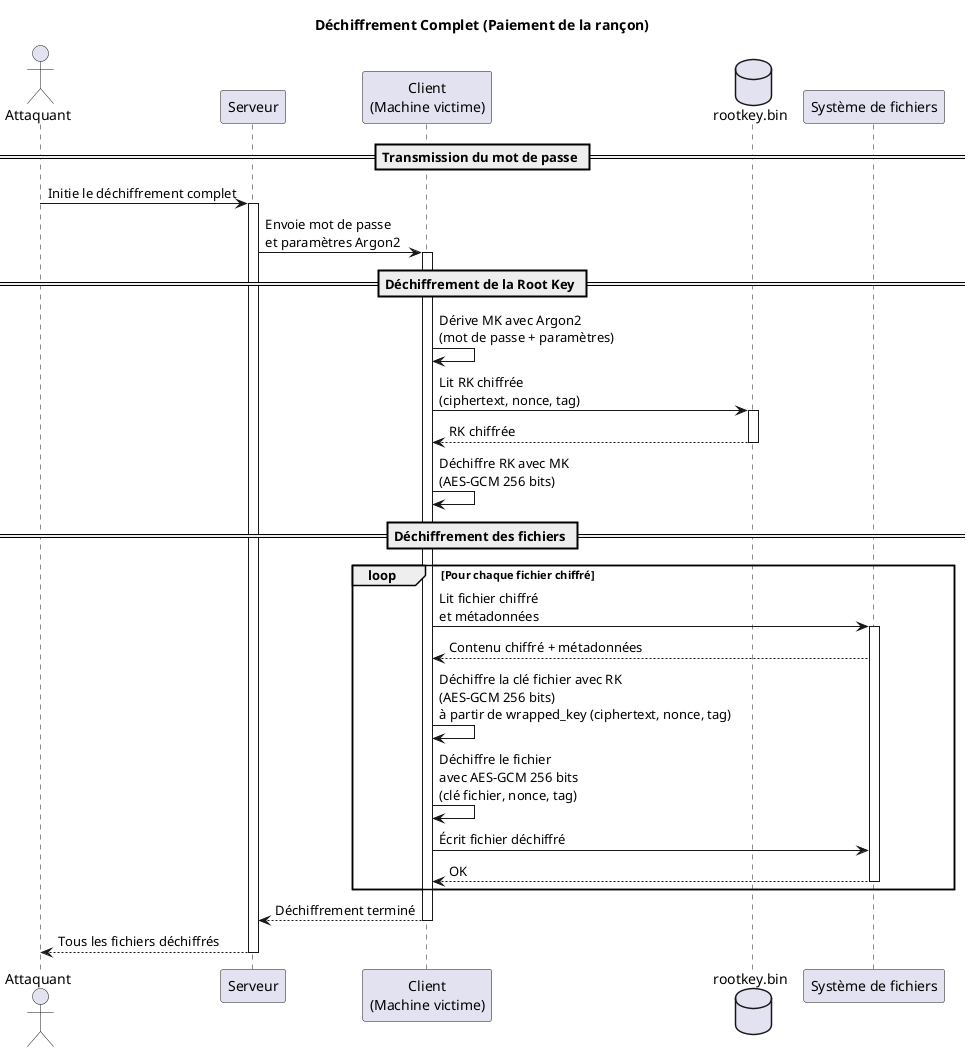
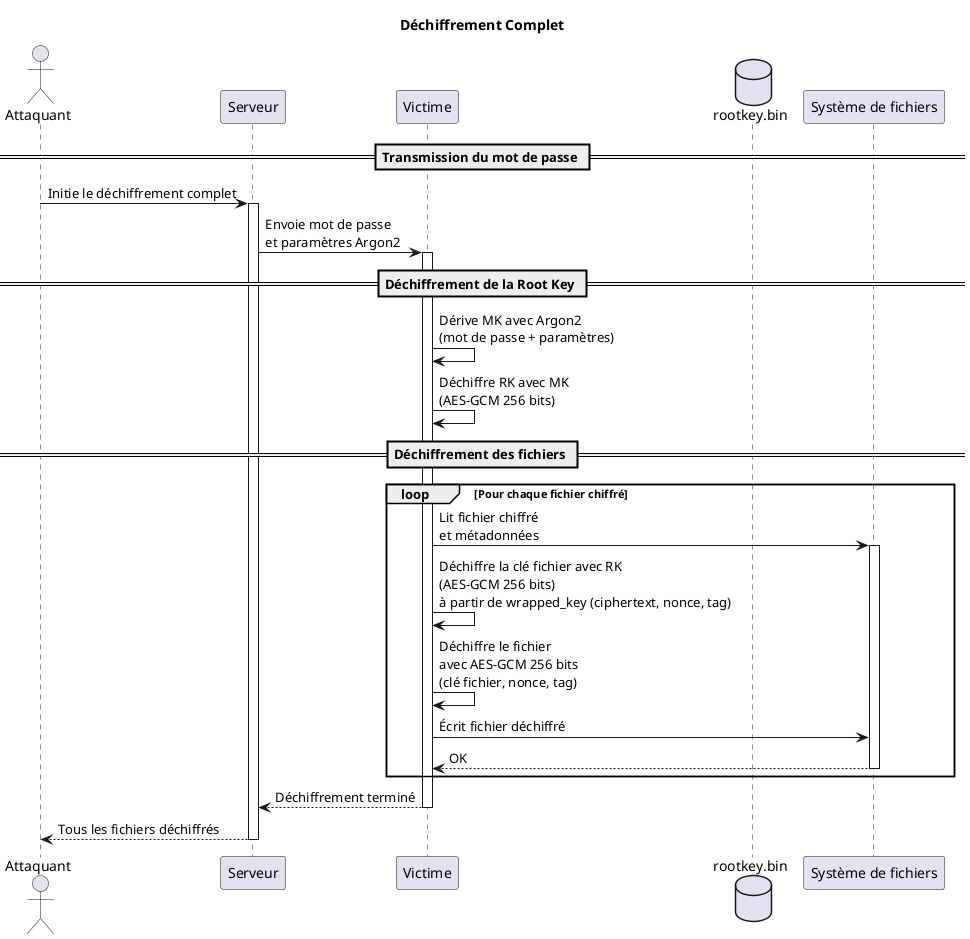
- @startuml Ransomware Architecture - Déchiffrement Complet
+ @startuml 02-Déchiffrement_Complet

- title Déchiffrement Complet (Paiement de la rançon)
+ title Déchiffrement Complet

actor Attaquant as attacker
participant "Serveur" as server
- participant "Client\n(Machine victime)" as client
+ participant "Victime" as victime
database "rootkey.bin" as rootkey
participant "Système de fichiers" as fs

== Transmission du mot de passe ==
attacker -> server: Initie le déchiffrement complet
activate server
- server -> client: Envoie mot de passe\net paramètres Argon2
- activate client
+ server -> victime: Envoie mot de passe\net paramètres Argon2
+ activate victime

== Déchiffrement de la Root Key ==
- client -> client: Dérive MK avec Argon2\n(mot de passe + paramètres)
- client -> rootkey: Lit RK chiffrée\n(ciphertext, nonce, tag)
- activate rootkey
- rootkey --> client: RK chiffrée
+ victime -> victime: Dérive MK avec Argon2\n(mot de passe + paramètres)
deactivate rootkey

- client -> client: Déchiffre RK avec MK\n(AES-GCM 256 bits)
+ victime -> victime: Déchiffre RK avec MK\n(AES-GCM 256 bits)

== Déchiffrement des fichiers ==
loop Pour chaque fichier chiffré
-     client -> fs: Lit fichier chiffré\net métadonnées
+     victime -> fs: Lit fichier chiffré\net métadonnées
    activate fs
-     fs --> client: Contenu chiffré + métadonnées

-     client -> client: Déchiffre la clé fichier avec RK\n(AES-GCM 256 bits)\nà partir de wrapped_key (ciphertext, nonce, tag)
+     victime -> victime: Déchiffre la clé fichier avec RK\n(AES-GCM 256 bits)\nà partir de wrapped_key (ciphertext, nonce, tag)

-     client -> client: Déchiffre le fichier\navec AES-GCM 256 bits\n(clé fichier, nonce, tag)
+     victime -> victime: Déchiffre le fichier\navec AES-GCM 256 bits\n(clé fichier, nonce, tag)

-     client -> fs: Écrit fichier déchiffré
-     fs --> client: OK
+     victime -> fs: Écrit fichier déchiffré
+     fs --> victime: OK
    deactivate fs
end

- client --> server: Déchiffrement terminé
- deactivate client
+ victime --> server: Déchiffrement terminé
+ deactivate victime
server --> attacker: Tous les fichiers déchiffrés
deactivate server

@enduml
